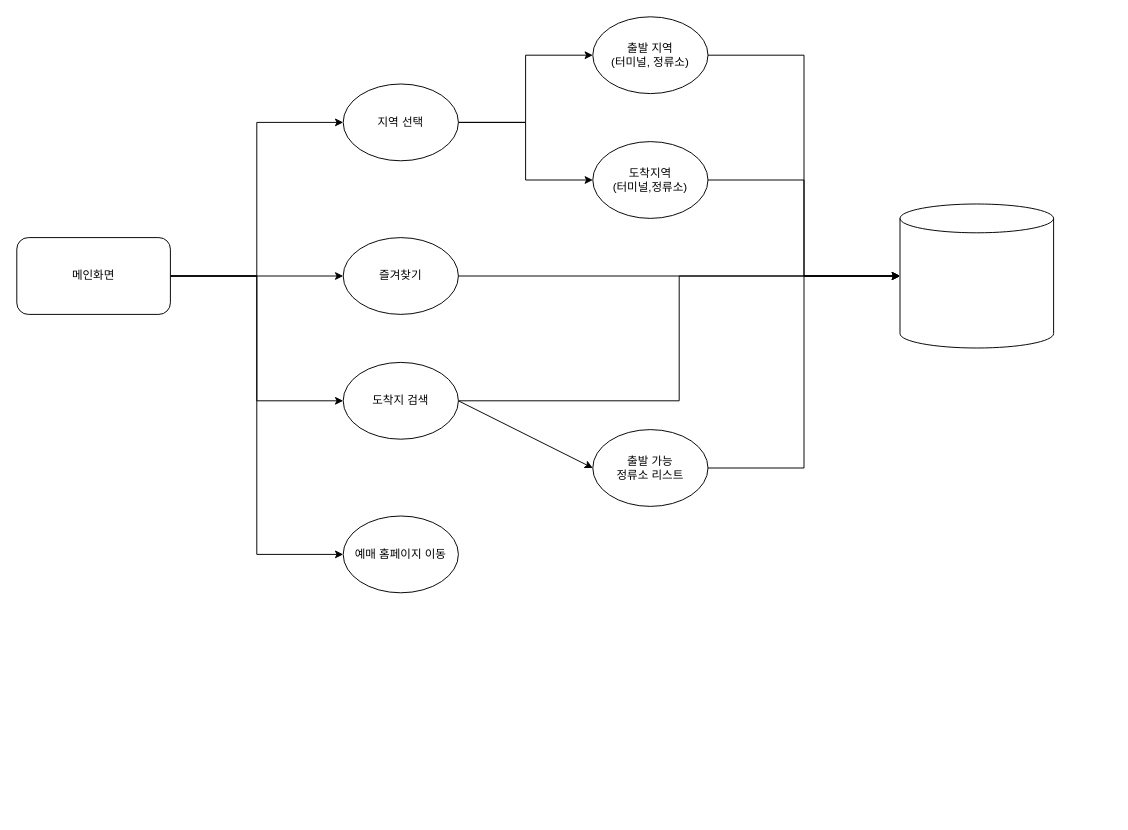
2gechan/Biz-2023-505-UIUX keeps this draw.io diagram as bus/etc/시외버스.drawio. Above is the earlier version. Source tidied: cells renumbered, new cells numbered last; positions are measured from the earlier drawing's top-left corner, leaving out a move shared by most shapes. Both pictures are drawn from the tidied source at 96%, with x=0, y=0 at pixel (16, 16).
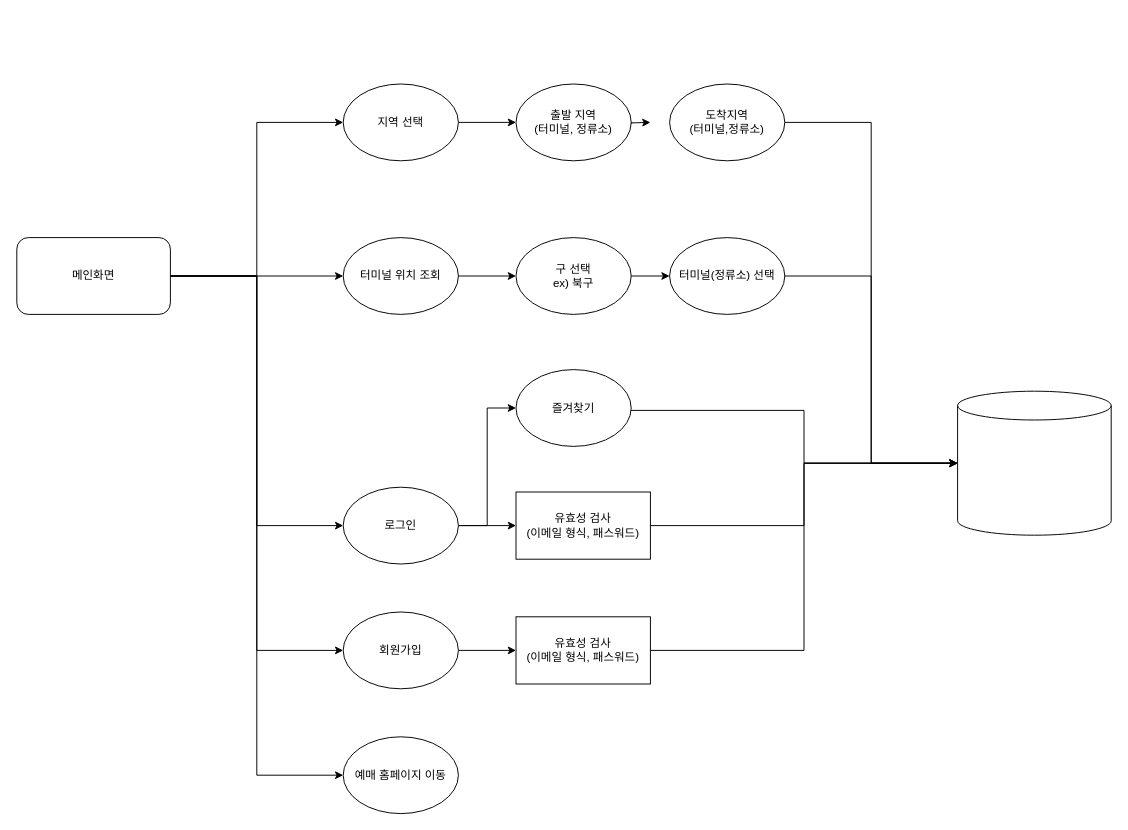
The same page after the edit.

Unchanged cells that the change refers to:
```xml
<mxCell id="6" value="메인화면" style="rounded=1;whiteSpace=wrap;html=1;" parent="1" vertex="1">
  <mxGeometry y="230" width="160" height="80" as="geometry" />
</mxCell>
<mxCell id="9" value="지역 선택" style="ellipse;whiteSpace=wrap;html=1;" parent="1" vertex="1">
  <mxGeometry x="340" y="70" width="120" height="80" as="geometry" />
</mxCell>
```

What changed in the source:
```diff
@@
-    <mxCell id="4" style="edgeStyle=orthogonalEdgeStyle;rounded=0;jettySize=auto;html=1;entryX=0;entryY=0.5;entryDx=0;entryDy=0;" parent="1" edge="1" source="6" target="16">
-      <mxGeometry relative="1" as="geometry" />
-    </mxCell>
@@
+    <mxCell id="23" style="edgeStyle=orthogonalEdgeStyle;rounded=0;jettySize=auto;html=1;entryX=0;entryY=0.5;entryDx=0;entryDy=0;" parent="1" edge="1" source="6" target="33">
+      <mxGeometry relative="1" as="geometry" />
+    </mxCell>
+    <mxCell id="24" style="edgeStyle=orthogonalEdgeStyle;rounded=0;jettySize=auto;html=1;entryX=0;entryY=0.5;entryDx=0;entryDy=0;" parent="1" edge="1" source="6" target="35">
+      <mxGeometry relative="1" as="geometry" />
+    </mxCell>
@@
-    <mxCell id="8" style="edgeStyle=orthogonalEdgeStyle;rounded=0;jettySize=auto;html=1;entryX=0;entryY=0.5;entryDx=0;entryDy=0;" parent="1" edge="1" source="9" target="13">
-      <mxGeometry relative="1" as="geometry" />
-    </mxCell>
@@
-    <mxCell id="10" style="edgeStyle=orthogonalEdgeStyle;rounded=0;jettySize=auto;html=1;entryX=0;entryY=0.5;entryDx=0;entryDy=0;entryPerimeter=0;" parent="1" edge="1" source="11" target="21">
-      <mxGeometry relative="1" as="geometry" />
-    </mxCell>
+    <mxCell id="25" style="edgeStyle=orthogonalEdgeStyle;rounded=0;orthogonalLoop=1;jettySize=auto;html=1;entryX=0;entryY=0.5;entryDx=0;entryDy=0;" parent="1" edge="1">
+      <mxGeometry relative="1" as="geometry">
+        <mxPoint x="620" y="110" as="sourcePoint" />
+        <mxPoint x="660" y="110" as="targetPoint" />
+      </mxGeometry>
+    </mxCell>
     <mxCell id="11" value="출발 지역&lt;br&gt;(터미널, 정류소)" style="ellipse;whiteSpace=wrap;html=1;" parent="1" vertex="1">
-      <mxGeometry x="600" width="120" height="80" as="geometry" />
+      <mxGeometry x="520" y="70" width="120" height="80" as="geometry" />
     </mxCell>
@@
     <mxCell id="13" value="도착지역&lt;br&gt;(터미널,정류소)" style="ellipse;whiteSpace=wrap;html=1;" parent="1" vertex="1">
-      <mxGeometry x="600" y="130" width="120" height="80" as="geometry" />
+      <mxGeometry x="680" y="70" width="120" height="80" as="geometry" />
     </mxCell>
-    <mxCell id="14" style="rounded=0;jettySize=auto;html=1;entryX=0;entryY=0.5;entryDx=0;entryDy=0;exitX=1;exitY=0.5;exitDx=0;exitDy=0;" parent="1" edge="1" source="16" target="20">
-      <mxGeometry relative="1" as="geometry" />
-    </mxCell>
     <mxCell id="15" style="edgeStyle=orthogonalEdgeStyle;rounded=0;jettySize=auto;html=1;entryX=0;entryY=0.5;entryDx=0;entryDy=0;entryPerimeter=0;" parent="1" edge="1" source="16" target="21">
-      <mxGeometry relative="1" as="geometry" />
+      <mxGeometry relative="1" as="geometry">
+        <Array as="points">
+          <mxPoint x="820" y="410" />
+          <mxPoint x="820" y="465" />
+        </Array>
+      </mxGeometry>
     </mxCell>
-    <mxCell id="16" value="도착지 검색" style="ellipse;whiteSpace=wrap;html=1;" parent="1" vertex="1">
-      <mxGeometry x="340" y="360" width="120" height="80" as="geometry" />
+    <mxCell id="16" value="즐겨찾기" style="ellipse;whiteSpace=wrap;html=1;" parent="1" vertex="1">
+      <mxGeometry x="520" y="367.5" width="120" height="80" as="geometry" />
     </mxCell>
-    <mxCell id="17" style="edgeStyle=orthogonalEdgeStyle;rounded=0;jettySize=auto;html=1;entryX=0;entryY=0.5;entryDx=0;entryDy=0;entryPerimeter=0;" parent="1" edge="1" source="18" target="21">
-      <mxGeometry relative="1" as="geometry" />
-    </mxCell>
+    <mxCell id="26" style="edgeStyle=orthogonalEdgeStyle;rounded=0;jettySize=auto;html=1;entryX=0;entryY=0.5;entryDx=0;entryDy=0;" parent="1" edge="1" source="18" target="28">
+      <mxGeometry relative="1" as="geometry" />
+    </mxCell>
-    <mxCell id="18" value="즐겨찾기" style="ellipse;whiteSpace=wrap;html=1;" parent="1" vertex="1">
+    <mxCell id="18" value="터미널 위치 조회" style="ellipse;whiteSpace=wrap;html=1;" parent="1" vertex="1">
       <mxGeometry x="340" y="230" width="120" height="80" as="geometry" />
     </mxCell>
-    <mxCell id="19" style="edgeStyle=orthogonalEdgeStyle;rounded=0;jettySize=auto;html=1;entryX=0;entryY=0.5;entryDx=0;entryDy=0;entryPerimeter=0;" parent="1" edge="1" source="20" target="21">
-      <mxGeometry relative="1" as="geometry" />
-    </mxCell>
-    <mxCell id="20" value="출발 가능&lt;br&gt;정류소 리스트" style="ellipse;whiteSpace=wrap;html=1;" parent="1" vertex="1">
-      <mxGeometry x="600" y="430" width="120" height="80" as="geometry" />
-    </mxCell>
     <mxCell id="21" style="shape=cylinder3;whiteSpace=wrap;html=1;boundedLbl=1;backgroundOutline=1;size=15;" parent="1" vertex="1">
-      <mxGeometry x="920" y="195" width="160" height="150" as="geometry" />
+      <mxGeometry x="980" y="390" width="160" height="150" as="geometry" />
     </mxCell>
     <mxCell id="22" value="예매 홈페이지 이동" style="ellipse;whiteSpace=wrap;html=1;" parent="1" vertex="1">
-      <mxGeometry x="340" y="520" width="120" height="80" as="geometry" />
+      <mxGeometry x="340" y="750" width="120" height="80" as="geometry" />
     </mxCell>
+    <mxCell id="27" style="edgeStyle=orthogonalEdgeStyle;rounded=0;jettySize=auto;html=1;entryX=0;entryY=0.5;entryDx=0;entryDy=0;" parent="1" edge="1" source="28" target="30">
+      <mxGeometry relative="1" as="geometry" />
+    </mxCell>
+    <mxCell id="28" value="구 선택&lt;br&gt;ex) 북구" style="ellipse;whiteSpace=wrap;html=1;" parent="1" vertex="1">
+      <mxGeometry x="520" y="230" width="120" height="80" as="geometry" />
+    </mxCell>
+    <mxCell id="29" style="edgeStyle=orthogonalEdgeStyle;rounded=0;jettySize=auto;html=1;entryX=0;entryY=0.5;entryDx=0;entryDy=0;entryPerimeter=0;" parent="1" edge="1" source="30" target="21">
+      <mxGeometry relative="1" as="geometry" />
+    </mxCell>
+    <mxCell id="30" value="터미널(정류소) 선택" style="ellipse;whiteSpace=wrap;html=1;" parent="1" vertex="1">
+      <mxGeometry x="680" y="230" width="120" height="80" as="geometry" />
+    </mxCell>
+    <mxCell id="31" style="edgeStyle=orthogonalEdgeStyle;rounded=0;jettySize=auto;html=1;entryX=0;entryY=0.5;entryDx=0;entryDy=0;" parent="1" edge="1" source="33" target="39">
+      <mxGeometry relative="1" as="geometry" />
+    </mxCell>
+    <mxCell id="32" style="edgeStyle=orthogonalEdgeStyle;rounded=0;jettySize=auto;html=1;entryX=0;entryY=0.5;entryDx=0;entryDy=0;" parent="1" edge="1" source="33" target="16">
+      <mxGeometry relative="1" as="geometry" />
+    </mxCell>
+    <mxCell id="33" value="로그인" style="ellipse;whiteSpace=wrap;html=1;" parent="1" vertex="1">
+      <mxGeometry x="340" y="490" width="120" height="80" as="geometry" />
+    </mxCell>
+    <mxCell id="34" style="edgeStyle=orthogonalEdgeStyle;rounded=0;jettySize=auto;html=1;entryX=0;entryY=0.5;entryDx=0;entryDy=0;" parent="1" edge="1" source="35" target="37">
+      <mxGeometry relative="1" as="geometry" />
+    </mxCell>
+    <mxCell id="35" value="회원가입" style="ellipse;whiteSpace=wrap;html=1;" parent="1" vertex="1">
+      <mxGeometry x="340" y="620" width="120" height="80" as="geometry" />
+    </mxCell>
+    <mxCell id="36" style="edgeStyle=orthogonalEdgeStyle;rounded=0;jettySize=auto;html=1;entryX=0;entryY=0.5;entryDx=0;entryDy=0;entryPerimeter=0;" parent="1" edge="1" source="37" target="21">
+      <mxGeometry relative="1" as="geometry" />
+    </mxCell>
+    <mxCell id="37" value="유효성 검사&lt;br&gt;(이메일 형식, 패스워드)" style="rounded=0;whiteSpace=wrap;html=1;" parent="1" vertex="1">
+      <mxGeometry x="520" y="625" width="140" height="70" as="geometry" />
+    </mxCell>
+    <mxCell id="38" style="edgeStyle=orthogonalEdgeStyle;rounded=0;jettySize=auto;html=1;entryX=0;entryY=0.5;entryDx=0;entryDy=0;entryPerimeter=0;" parent="1" edge="1" source="39" target="21">
+      <mxGeometry relative="1" as="geometry" />
+    </mxCell>
+    <mxCell id="39" value="유효성 검사&lt;br&gt;(이메일 형식, 패스워드)" style="rounded=0;whiteSpace=wrap;html=1;" parent="1" vertex="1">
+      <mxGeometry x="520" y="495" width="140" height="70" as="geometry" />
+    </mxCell>
```
